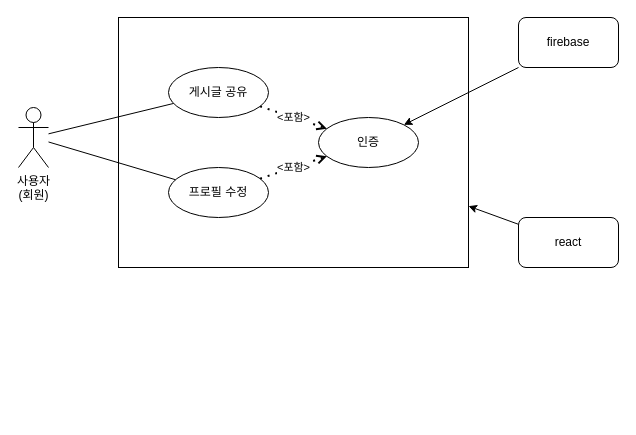
euoom/wtwitter keeps this draw.io diagram as wtwitter.drawio. Above is the earlier version. Source tidied: cells renumbered, new cells numbered last; positions are measured from the earlier drawing's top-left corner, leaving out a move shared by most shapes. Both pictures are drawn from the tidied source at 100%, with x=0, y=0 at pixel (18, 17).
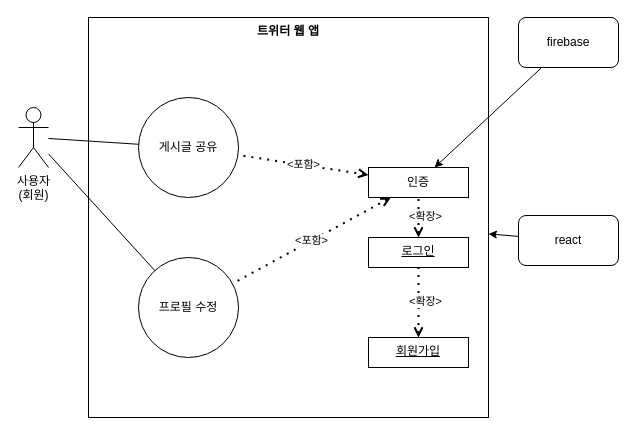
The same diagram, later.

What changed in the source:
```diff
@@
 <mxGraphModel>
   <root>
     <mxCell id="0" />
     <mxCell id="1" parent="0" />
-    <mxCell id="2" style="rounded=0;whiteSpace=wrap;html=1;fillColor=none;" parent="1" vertex="1">
-      <mxGeometry x="100" width="350" height="250" as="geometry" />
+    <mxCell id="2" value="&lt;span&gt;트위터 웹 앱&lt;/span&gt;" style="rounded=0;whiteSpace=wrap;html=1;fillColor=none;verticalAlign=top;fontStyle=1;" parent="1" vertex="1">
+      <mxGeometry x="70" width="400" height="400" as="geometry" />
     </mxCell>
-    <mxCell id="3" value="사용자&lt;br&gt;(회원)" style="shape=umlActor;verticalLabelPosition=bottom;verticalAlign=top;html=1;outlineConnect=0;" parent="1" vertex="1">
-      <mxGeometry y="90" width="30" height="60" as="geometry" />
-    </mxCell>
-    <mxCell id="4" value="인증" style="ellipse;whiteSpace=wrap;html=1;fillColor=none;" parent="1" vertex="1">
-      <mxGeometry x="300" y="100" width="100" height="50" as="geometry" />
-    </mxCell>
-    <mxCell id="5" value="게시글 공유" style="ellipse;whiteSpace=wrap;html=1;fillColor=none;" parent="1" vertex="1">
-      <mxGeometry x="150" y="50" width="100" height="50" as="geometry" />
+    <mxCell id="5" value="게시글 공유" style="ellipse;whiteSpace=wrap;html=1;fillColor=none;" parent="2" vertex="1">
+      <mxGeometry x="50" y="80" width="100" height="100" as="geometry" />
     </mxCell>
-    <mxCell id="6" value="프로필 수정" style="ellipse;whiteSpace=wrap;html=1;fillColor=none;" parent="1" vertex="1">
-      <mxGeometry x="150" y="150" width="100" height="50" as="geometry" />
+    <mxCell id="6" value="프로필 수정" style="ellipse;whiteSpace=wrap;html=1;fillColor=none;" parent="2" vertex="1">
+      <mxGeometry x="50" y="240" width="100" height="100" as="geometry" />
     </mxCell>
-    <mxCell id="7" value="&amp;lt;포함&amp;gt;" style="endArrow=none;dashed=1;html=1;dashPattern=1 3;strokeWidth=2;rounded=0;startArrow=open;startFill=0;" parent="1" edge="1" source="4" target="5">
+    <mxCell id="7" value="&amp;lt;포함&amp;gt;" style="endArrow=none;dashed=1;html=1;dashPattern=1 3;strokeWidth=2;rounded=0;startArrow=open;startFill=0;" parent="2" edge="1" source="4" target="5">
       <mxGeometry relative="1" as="geometry" />
     </mxCell>
+    <mxCell id="10" value="&amp;lt;포함&amp;gt;" style="endArrow=none;dashed=1;html=1;dashPattern=1 3;strokeWidth=2;rounded=0;startArrow=open;startFill=0;" parent="2" edge="1" source="4" target="6">
+      <mxGeometry relative="1" as="geometry" />
+    </mxCell>
+    <mxCell id="4" value="인증" style="rounded=0;whiteSpace=wrap;html=1;fillColor=none;glass=0;verticalAlign=middle;fontStyle=0;" parent="2" vertex="1">
+      <mxGeometry x="280" y="150" width="100" height="30" as="geometry" />
+    </mxCell>
+    <mxCell id="15" value="로그인" style="rounded=0;whiteSpace=wrap;html=1;fillColor=none;glass=0;verticalAlign=top;fontStyle=4;" parent="2" vertex="1" collapsed="1">
+      <mxGeometry x="280" y="220" width="100" height="30" as="geometry" />
+    </mxCell>
+    <mxCell id="16" value="&lt;u style=&quot;&quot;&gt;회원가입&lt;/u&gt;" style="rounded=0;whiteSpace=wrap;html=1;fillColor=none;glass=0;verticalAlign=top;" parent="2" vertex="1" collapsed="1">
+      <mxGeometry x="280" y="320" width="100" height="30" as="geometry" />
+    </mxCell>
+    <mxCell id="17" value="&amp;lt;확장&amp;gt;" style="endArrow=none;dashed=1;html=1;dashPattern=1 3;strokeWidth=2;rounded=0;startArrow=open;startFill=0;" parent="2" edge="1" source="15" target="4">
+      <mxGeometry x="0.04" y="-7" relative="1" as="geometry" />
+    </mxCell>
+    <mxCell id="18" value="&amp;lt;확장&amp;gt;" style="endArrow=none;dashed=1;html=1;dashPattern=1 3;strokeWidth=2;rounded=0;startArrow=open;startFill=0;" parent="2" edge="1" source="16" target="15">
+      <mxGeometry x="0.04" y="-7" relative="1" as="geometry" />
+    </mxCell>
+    <mxCell id="3" value="사용자&lt;br&gt;(회원)" style="shape=umlActor;verticalLabelPosition=bottom;verticalAlign=top;html=1;outlineConnect=0;" parent="1" vertex="1">
+      <mxGeometry y="90" width="30" height="60" as="geometry" />
+    </mxCell>
     <mxCell id="8" value="firebase" style="rounded=1;whiteSpace=wrap;html=1;fillColor=none;" parent="1" vertex="1">
       <mxGeometry x="500" width="100" height="50" as="geometry" />
     </mxCell>
-    <mxCell id="9" value="react" style="rounded=1;whiteSpace=wrap;html=1;fillColor=none;" parent="1" vertex="1">
-      <mxGeometry x="500" y="200" width="100" height="50" as="geometry" />
+    <mxCell id="9" value="react" style="rounded=1;whiteSpace=wrap;html=1;fillColor=none;glass=0;" parent="1" vertex="1">
+      <mxGeometry x="500" y="198" width="100" height="50" as="geometry" />
     </mxCell>
-    <mxCell id="10" value="&amp;lt;포함&amp;gt;" style="endArrow=none;dashed=1;html=1;dashPattern=1 3;strokeWidth=2;rounded=0;startArrow=open;startFill=0;" parent="1" edge="1" source="4" target="6">
-      <mxGeometry relative="1" as="geometry" />
-    </mxCell>
     <mxCell id="11" style="endArrow=classic;html=1;rounded=0;" parent="1" edge="1" source="9" target="2">
       <mxGeometry relative="1" as="geometry" />
     </mxCell>
     <mxCell id="12" style="endArrow=classic;html=1;rounded=0;" parent="1" edge="1" source="8" target="4">
       <mxGeometry relative="1" as="geometry" />
     </mxCell>
     <mxCell id="13" style="endArrow=none;html=1;rounded=0;" parent="1" edge="1" source="3" target="5">
       <mxGeometry relative="1" as="geometry" />
     </mxCell>
     <mxCell id="14" style="endArrow=none;html=1;rounded=0;" parent="1" edge="1" source="3" target="6">
       <mxGeometry relative="1" as="geometry" />
     </mxCell>
   </root>
 </mxGraphModel>
```
